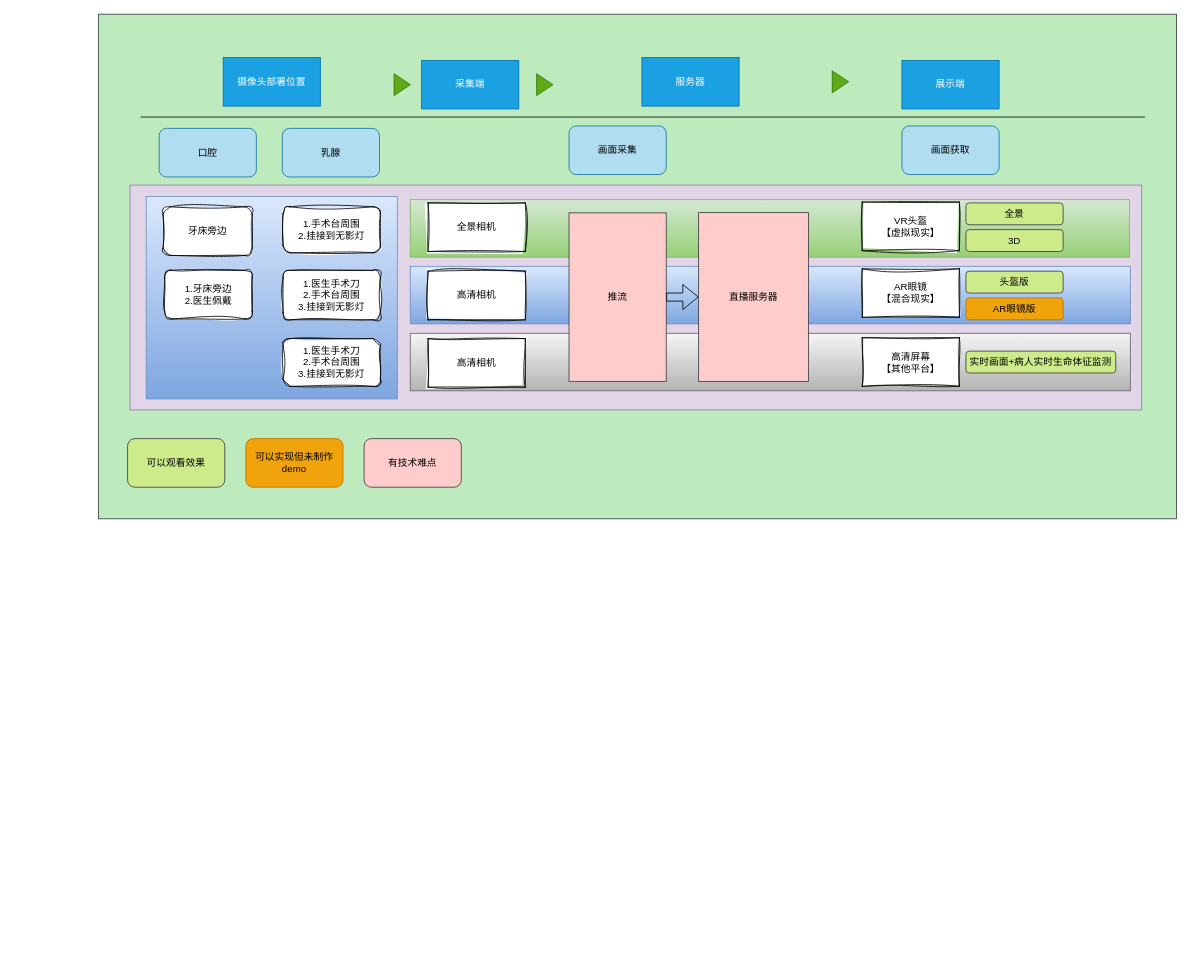
Before: 未命名绘图.drawio in 15140252710/OneGithubProject, a draw.io diagram. Source tidied: cells renumbered, new cells numbered last; positions are measured from the earlier drawing's top-left corner, leaving out a move shared by most shapes. Both pictures are drawn from the tidied source at 81%, with x=0, y=0 at pixel (98, 14).
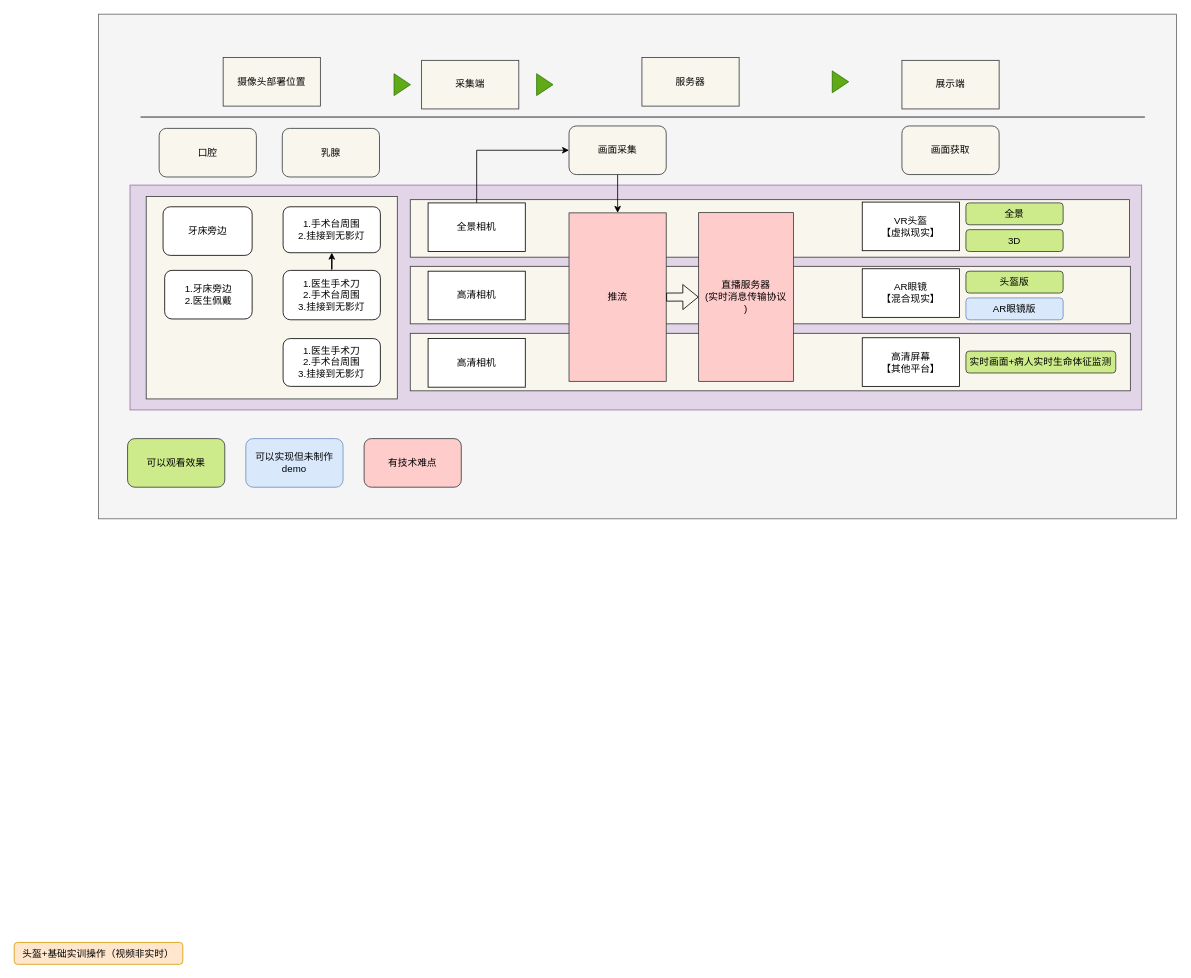
The same diagram, later.

Commit message:
更新未命名绘图.drawio

Unchanged cells that the change refers to:
```xml
<mxCell id="20" value="推流" style="rounded=0;whiteSpace=wrap;html=1;fillColor=#ffcccc;strokeColor=#36393d;" parent="1" vertex="1">
  <mxGeometry x="581" y="245.3" width="120" height="208" as="geometry" />
</mxCell>
```

Change to the diagram source:
```diff
@@
-    <mxCell id="2" style="whiteSpace=wrap;html=1;fillColor=#BEEBBE;strokeColor=#36393d;" parent="1" vertex="1">
+    <mxCell id="2" style="whiteSpace=wrap;html=1;fillColor=#f5f5f5;strokeColor=#666666;fontColor=#333333;" parent="1" vertex="1">
       <mxGeometry width="1331" height="623" as="geometry" />
     </mxCell>
-    <mxCell id="3" value="采集端" style="rounded=0;whiteSpace=wrap;html=1;fillColor=#1ba1e2;fontColor=#ffffff;strokeColor=#006EAF;" parent="1" vertex="1">
+    <mxCell id="3" value="采集端" style="rounded=0;whiteSpace=wrap;html=1;fillColor=#f9f7ed;strokeColor=#36393d;" parent="1" vertex="1">
       <mxGeometry x="399" y="57" width="120" height="60" as="geometry" />
     </mxCell>
-    <mxCell id="4" value="服务器" style="rounded=0;whiteSpace=wrap;html=1;fillColor=#1ba1e2;fontColor=#ffffff;strokeColor=#006EAF;" parent="1" vertex="1">
+    <mxCell id="4" value="服务器" style="rounded=0;whiteSpace=wrap;html=1;fillColor=#f9f7ed;strokeColor=#36393d;" parent="1" vertex="1">
       <mxGeometry x="671" y="53.5" width="120" height="60" as="geometry" />
     </mxCell>
-    <mxCell id="5" value="展示端" style="rounded=0;whiteSpace=wrap;html=1;fillColor=#1ba1e2;fontColor=#ffffff;strokeColor=#006EAF;" parent="1" vertex="1">
+    <mxCell id="5" value="展示端" style="rounded=0;whiteSpace=wrap;html=1;fillColor=#f9f7ed;strokeColor=#36393d;" parent="1" vertex="1">
       <mxGeometry x="992" y="57" width="120" height="60" as="geometry" />
     </mxCell>
-    <mxCell id="6" value="摄像头部署位置" style="rounded=0;whiteSpace=wrap;html=1;fillColor=#1ba1e2;fontColor=#ffffff;strokeColor=#006EAF;" parent="1" vertex="1">
+    <mxCell id="6" value="摄像头部署位置" style="rounded=0;whiteSpace=wrap;html=1;fillColor=#f9f7ed;strokeColor=#36393d;" parent="1" vertex="1">
       <mxGeometry x="154" y="53.5" width="120" height="60" as="geometry" />
     </mxCell>
@@
-    <mxCell id="8" style="rounded=0;whiteSpace=wrap;html=1;fillColor=#f5f5f5;gradientColor=#b3b3b3;strokeColor=#666666;" parent="1" vertex="1">
+    <mxCell id="8" style="rounded=0;whiteSpace=wrap;html=1;fillColor=#f9f7ed;strokeColor=#36393d;" parent="1" vertex="1">
       <mxGeometry x="385" y="394" width="889" height="71" as="geometry" />
     </mxCell>
-    <mxCell id="9" style="rounded=0;whiteSpace=wrap;html=1;shadow=0;fillColor=#dae8fc;gradientColor=#7ea6e0;strokeColor=#6c8ebf;" parent="1" vertex="1">
+    <mxCell id="9" style="rounded=0;whiteSpace=wrap;html=1;shadow=0;fillColor=#f9f7ed;strokeColor=#36393d;" parent="1" vertex="1">
       <mxGeometry x="385" y="311.3" width="889" height="71" as="geometry" />
     </mxCell>
-    <mxCell id="10" style="rounded=0;whiteSpace=wrap;html=1;fillColor=#d5e8d4;strokeColor=#82b366;gradientColor=#97d077;" parent="1" vertex="1">
+    <mxCell id="10" style="rounded=0;whiteSpace=wrap;html=1;fillColor=#f9f7ed;strokeColor=#36393d;" parent="1" vertex="1">
       <mxGeometry x="385" y="229" width="888" height="71" as="geometry" />
     </mxCell>
+    <mxCell id="42" style="edgeStyle=orthogonalEdgeStyle;rounded=0;jettySize=auto;html=1;exitX=0.5;exitY=1;exitDx=0;exitDy=0;entryX=0.5;entryY=0;entryDx=0;entryDy=0;" parent="1" edge="1" source="11" target="20">
+      <mxGeometry relative="1" as="geometry" />
+    </mxCell>
-    <mxCell id="11" value="画面采集" style="rounded=1;whiteSpace=wrap;html=1;fillColor=#b1ddf0;strokeColor=#10739e;" parent="1" vertex="1">
+    <mxCell id="11" value="画面采集" style="rounded=1;whiteSpace=wrap;html=1;fillColor=#f9f7ed;strokeColor=#36393d;" parent="1" vertex="1">
       <mxGeometry x="581" y="138" width="120" height="60" as="geometry" />
     </mxCell>
-    <mxCell id="12" value="画面获取" style="rounded=1;whiteSpace=wrap;html=1;fillColor=#b1ddf0;strokeColor=#10739e;" parent="1" vertex="1">
+    <mxCell id="12" value="画面获取" style="rounded=1;whiteSpace=wrap;html=1;fillColor=#f9f7ed;strokeColor=#36393d;" parent="1" vertex="1">
       <mxGeometry x="992" y="138" width="120" height="60" as="geometry" />
     </mxCell>
@@
+    <mxCell id="43" style="edgeStyle=orthogonalEdgeStyle;rounded=0;jettySize=auto;html=1;exitX=0.5;exitY=0;exitDx=0;exitDy=0;entryX=0;entryY=0.5;entryDx=0;entryDy=0;" parent="1" edge="1" source="17" target="11">
+      <mxGeometry relative="1" as="geometry" />
+    </mxCell>
-    <mxCell id="17" value="全景相机" style="rounded=0;whiteSpace=wrap;html=1;sketch=1;curveFitting=1;jiggle=2;" parent="1" vertex="1">
+    <mxCell id="17" value="全景相机" style="rounded=0;whiteSpace=wrap;html=1;" parent="1" vertex="1">
       <mxGeometry x="407" y="233" width="120" height="60" as="geometry" />
     </mxCell>
-    <mxCell id="18" value="高清相机" style="rounded=0;whiteSpace=wrap;html=1;sketch=1;curveFitting=1;jiggle=2;" parent="1" vertex="1">
+    <mxCell id="18" value="高清相机" style="rounded=0;whiteSpace=wrap;html=1;" parent="1" vertex="1">
       <mxGeometry x="407" y="317.3" width="120" height="60" as="geometry" />
     </mxCell>
-    <mxCell id="19" value="高清相机" style="rounded=0;whiteSpace=wrap;html=1;sketch=1;curveFitting=1;jiggle=2;" parent="1" vertex="1">
+    <mxCell id="19" value="高清相机" style="rounded=0;whiteSpace=wrap;html=1;" parent="1" vertex="1">
       <mxGeometry x="407" y="400.5" width="120" height="60" as="geometry" />
     </mxCell>
@@
-    <mxCell id="25" value="AR眼镜版" style="rounded=1;whiteSpace=wrap;html=1;fillColor=#f0a30a;strokeColor=#BD7000;fontColor=#000000;" parent="1" vertex="1">
+    <mxCell id="25" value="AR眼镜版" style="rounded=1;whiteSpace=wrap;html=1;fillColor=#dae8fc;strokeColor=#6c8ebf;" parent="1" vertex="1">
       <mxGeometry x="1071" y="350.3" width="120" height="27" as="geometry" />
     </mxCell>
@@
-    <mxCell id="27" value="可以实现但未制作demo" style="rounded=1;whiteSpace=wrap;html=1;fillColor=#f0a30a;strokeColor=#BD7000;fontColor=#000000;" parent="1" vertex="1">
+    <mxCell id="27" value="可以实现但未制作demo" style="rounded=1;whiteSpace=wrap;html=1;fillColor=#dae8fc;strokeColor=#6c8ebf;" parent="1" vertex="1">
       <mxGeometry x="182" y="524" width="120" height="60" as="geometry" />
     </mxCell>
@@
-    <mxCell id="29" value="口腔" style="rounded=1;whiteSpace=wrap;html=1;fillColor=#b1ddf0;strokeColor=#10739e;" parent="1" vertex="1">
+    <mxCell id="29" value="口腔" style="rounded=1;whiteSpace=wrap;html=1;fillColor=#f9f7ed;strokeColor=#36393d;" parent="1" vertex="1">
       <mxGeometry x="75" y="141" width="120" height="60" as="geometry" />
     </mxCell>
-    <mxCell id="30" value="乳腺" style="rounded=1;whiteSpace=wrap;html=1;fillColor=#b1ddf0;strokeColor=#10739e;" parent="1" vertex="1">
+    <mxCell id="30" value="乳腺" style="rounded=1;whiteSpace=wrap;html=1;fillColor=#f9f7ed;strokeColor=#36393d;" parent="1" vertex="1">
       <mxGeometry x="227" y="141" width="120" height="60" as="geometry" />
     </mxCell>
+    <mxCell id="44" value="头盔+基础实训操作（视频非实时）" style="rounded=1;whiteSpace=wrap;html=1;fillColor=#ffe6cc;strokeColor=#d79b00;" parent="1" vertex="1">
+      <mxGeometry x="-104" y="1146" width="208.2" height="27" as="geometry" />
+    </mxCell>
-    <mxCell id="31" value="AR眼镜&lt;br&gt;【混合现实】" style="rounded=0;whiteSpace=wrap;html=1;sketch=1;curveFitting=1;jiggle=2;" parent="1" vertex="1">
+    <mxCell id="31" value="AR眼镜&lt;br&gt;【混合现实】" style="rounded=0;whiteSpace=wrap;html=1;" parent="1" vertex="1">
       <mxGeometry x="943" y="314.3" width="120" height="60" as="geometry" />
     </mxCell>
-    <mxCell id="32" value="VR头盔&lt;br&gt;【虚拟现实】" style="rounded=0;whiteSpace=wrap;html=1;sketch=1;curveFitting=1;jiggle=2;" parent="1" vertex="1">
+    <mxCell id="32" value="VR头盔&lt;br&gt;【虚拟现实】" style="rounded=0;whiteSpace=wrap;html=1;" parent="1" vertex="1">
       <mxGeometry x="943" y="232" width="120" height="60" as="geometry" />
     </mxCell>
-    <mxCell id="33" style="group;fillColor=#dae8fc;strokeColor=#6c8ebf;shadow=0;rounded=0;glass=0;gradientColor=#7ea6e0;" parent="1" vertex="1">
+    <mxCell id="33" style="group;fillColor=#f9f7ed;strokeColor=#36393d;shadow=0;rounded=0;glass=0;" parent="1" vertex="1">
       <mxGeometry x="59" y="225" width="310" height="250" as="geometry" />
     </mxCell>
-    <mxCell id="34" value="牙床旁边" style="rounded=1;whiteSpace=wrap;html=1;shadow=0;sketch=1;curveFitting=1;jiggle=2;" parent="33" vertex="1">
+    <mxCell id="34" value="牙床旁边" style="rounded=1;whiteSpace=wrap;html=1;shadow=0;" parent="33" vertex="1">
       <mxGeometry x="20.8" y="12.8" width="110" height="60" as="geometry" />
     </mxCell>
-    <mxCell id="35" value="1.牙床旁边&lt;br&gt;2.医生佩戴" style="rounded=1;whiteSpace=wrap;html=1;shadow=0;sketch=1;curveFitting=1;jiggle=2;" parent="33" vertex="1">
+    <mxCell id="35" value="1.牙床旁边&lt;br&gt;2.医生佩戴" style="rounded=1;whiteSpace=wrap;html=1;shadow=0;" parent="33" vertex="1">
       <mxGeometry x="22.8" y="91.3" width="108" height="60" as="geometry" />
     </mxCell>
-    <mxCell id="36" value="1.手术台周围&lt;br&gt;2.挂接到无影灯" style="rounded=1;whiteSpace=wrap;html=1;imageAspect=1;shadow=0;glass=0;sketch=1;curveFitting=1;jiggle=2;" parent="33" vertex="1">
+    <mxCell id="36" value="1.手术台周围&lt;br&gt;2.挂接到无影灯" style="rounded=1;whiteSpace=wrap;html=1;imageAspect=1;shadow=0;glass=0;" parent="33" vertex="1">
       <mxGeometry x="169" y="12.8" width="120.1" height="56.7" as="geometry" />
     </mxCell>
+    <mxCell id="45" style="edgeStyle=orthogonalEdgeStyle;rounded=0;jettySize=auto;html=1;" parent="33" edge="1" source="37" target="36">
+      <mxGeometry relative="1" as="geometry" />
+    </mxCell>
-    <mxCell id="37" value="1.医生手术刀&lt;br&gt;2.手术台周围&lt;br&gt;3.挂接到无影灯" style="rounded=1;whiteSpace=wrap;html=1;shadow=0;sketch=1;curveFitting=1;jiggle=2;" parent="33" vertex="1">
+    <mxCell id="37" value="1.医生手术刀&lt;br&gt;2.手术台周围&lt;br&gt;3.挂接到无影灯" style="rounded=1;whiteSpace=wrap;html=1;shadow=0;" parent="33" vertex="1">
       <mxGeometry x="169" y="91.3" width="120.1" height="61" as="geometry" />
     </mxCell>
-    <mxCell id="38" value="1.医生手术刀&lt;br&gt;2.手术台周围&lt;br&gt;3.挂接到无影灯" style="rounded=1;whiteSpace=wrap;html=1;shadow=0;sketch=1;curveFitting=1;jiggle=2;" parent="33" vertex="1">
+    <mxCell id="38" value="1.医生手术刀&lt;br&gt;2.手术台周围&lt;br&gt;3.挂接到无影灯" style="rounded=1;whiteSpace=wrap;html=1;shadow=0;" parent="33" vertex="1">
       <mxGeometry x="169" y="175.5" width="120.1" height="59" as="geometry" />
     </mxCell>
-    <mxCell id="39" value="直播服务器" style="rounded=0;whiteSpace=wrap;html=1;fillColor=#ffcccc;strokeColor=#36393d;" parent="1" vertex="1">
-      <mxGeometry x="741" y="245" width="135.6" height="208.3" as="geometry" />
+    <mxCell id="39" value="直播服务器&lt;br&gt;(实时消息传输协议&lt;br&gt;)" style="rounded=0;whiteSpace=wrap;html=1;fillColor=#ffcccc;strokeColor=#36393d;align=center;" parent="1" vertex="1">
+      <mxGeometry x="741" y="245" width="117" height="208.3" as="geometry" />
     </mxCell>
-    <mxCell id="40" value="高清屏幕&lt;br&gt;【其他平台】" style="rounded=0;whiteSpace=wrap;html=1;sketch=1;curveFitting=1;jiggle=2;" parent="1" vertex="1">
+    <mxCell id="40" value="高清屏幕&lt;br&gt;【其他平台】" style="rounded=0;whiteSpace=wrap;html=1;" parent="1" vertex="1">
       <mxGeometry x="943" y="399.5" width="120" height="60" as="geometry" />
     </mxCell>
```
